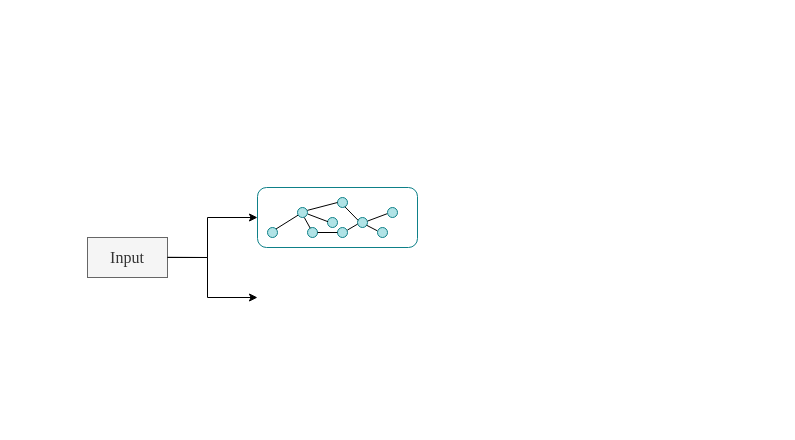
zhiyuan5986/draw_io keeps this draw.io diagram as draw/GNN示意图.drawio. Above is the earlier version. Source tidied: cells renumbered, new cells numbered last; positions are measured from the earlier drawing's top-left corner, leaving out a move shared by most shapes. Both pictures are drawn from the tidied source at 100%, with x=0, y=0 at pixel (87, 187). Pictures stored in the file or linked from it are replaced by grey dashed boxes.
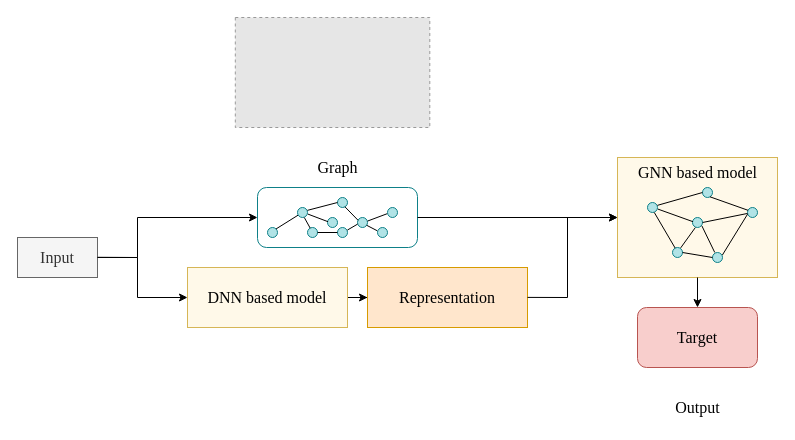
After the change.

Commit message (it also covers changes not shown here):
更新GNN示意图.drawio

The change refers to these unchanged cells:
```xml
<mxCell id="5" style="rounded=1;whiteSpace=wrap;html=1;fillColor=none;strokeColor=#0e8088;" parent="1" vertex="1">
  <mxGeometry x="170" width="160" height="60" as="geometry" />
</mxCell>
```

Diff of the diagram source:
```diff
@@
     <mxCell id="2" value="&lt;font style=&quot;font-size: 16px;&quot; face=&quot;Times New Roman&quot;&gt;Input&lt;/font&gt;" style="rounded=0;whiteSpace=wrap;html=1;fillColor=#f5f5f5;fontColor=#333333;strokeColor=#666666;" parent="1" vertex="1">
-      <mxGeometry y="50" width="80" height="40" as="geometry" />
+      <mxGeometry x="-70" y="50" width="80" height="40" as="geometry" />
     </mxCell>
-    <mxCell id="3" style="endArrow=classic;html=1;rounded=0;exitX=1;exitY=0.5;exitDx=0;exitDy=0;" parent="1" edge="1">
+    <mxCell id="3" style="endArrow=classic;html=1;rounded=0;exitX=1;exitY=0.5;exitDx=0;exitDy=0;entryX=0;entryY=0.5;entryDx=0;entryDy=0;" parent="1" edge="1" target="5">
       <mxGeometry relative="1" as="geometry">
-        <mxPoint x="80" y="69.9" as="sourcePoint" />
-        <mxPoint x="170" y="30" as="targetPoint" />
+        <mxPoint x="10" y="69.9" as="sourcePoint" />
         <Array as="points">
-          <mxPoint x="120" y="70" />
-          <mxPoint x="120" y="30" />
+          <mxPoint x="50" y="70" />
+          <mxPoint x="50" y="30" />
         </Array>
       </mxGeometry>
     </mxCell>
     <mxCell id="4" style="endArrow=classic;html=1;rounded=0;exitX=1;exitY=0.5;exitDx=0;exitDy=0;" parent="1" edge="1">
       <mxGeometry relative="1" as="geometry">
-        <mxPoint x="80" y="69.9" as="sourcePoint" />
-        <mxPoint x="170" y="110" as="targetPoint" />
+        <mxPoint x="10" y="69.9" as="sourcePoint" />
+        <mxPoint x="100" y="110" as="targetPoint" />
         <Array as="points">
-          <mxPoint x="120" y="70" />
-          <mxPoint x="120" y="110" />
+          <mxPoint x="50" y="70" />
+          <mxPoint x="50" y="110" />
         </Array>
       </mxGeometry>
     </mxCell>
@@
+    <mxCell id="24" style="edgeStyle=orthogonalEdgeStyle;rounded=0;jettySize=auto;html=1;" parent="1" edge="1" source="25" target="27">
+      <mxGeometry relative="1" as="geometry" />
+    </mxCell>
+    <mxCell id="25" value="&lt;font face=&quot;Times New Roman&quot; style=&quot;font-size: 16px;&quot;&gt;DNN based model&lt;/font&gt;" style="rounded=0;whiteSpace=wrap;html=1;fillColor=#fff9e9;strokeColor=#d6b656;" parent="1" vertex="1">
+      <mxGeometry x="100" y="80" width="160" height="60" as="geometry" />
+    </mxCell>
+    <mxCell id="26" style="fillColor=#E6E6E6;strokeColor=#999999;dashed=1;verticalLabelPosition=bottom;labelBackgroundColor=default;verticalAlign=top;" parent="1" vertex="1">
+      <mxGeometry x="147.8" y="-170" width="194.5" height="110" as="geometry" />
+    </mxCell>
+    <mxCell id="27" value="&lt;font face=&quot;Times New Roman&quot; style=&quot;font-size: 16px;&quot;&gt;Representation&lt;/font&gt;" style="rounded=0;whiteSpace=wrap;html=1;fillColor=#ffe6cc;strokeColor=#d79b00;" parent="1" vertex="1">
+      <mxGeometry x="280" y="80" width="160" height="60" as="geometry" />
+    </mxCell>
+    <mxCell id="28" style="endArrow=classic;html=1;rounded=0;exitX=1;exitY=0.5;exitDx=0;exitDy=0;" parent="1" edge="1">
+      <mxGeometry relative="1" as="geometry">
+        <mxPoint x="440" y="109.9" as="sourcePoint" />
+        <mxPoint x="530" y="30" as="targetPoint" />
+        <Array as="points">
+          <mxPoint x="480" y="110" />
+          <mxPoint x="480" y="30" />
+        </Array>
+      </mxGeometry>
+    </mxCell>
+    <mxCell id="29" style="endArrow=classic;html=1;rounded=0;exitX=1;exitY=0.5;exitDx=0;exitDy=0;" parent="1" edge="1" source="5">
+      <mxGeometry relative="1" as="geometry">
+        <mxPoint x="530" y="30" as="targetPoint" />
+      </mxGeometry>
+    </mxCell>
+    <mxCell id="30" style="rounded=0;whiteSpace=wrap;html=1;fillColor=#fff9e9;strokeColor=#d6b656;" parent="1" vertex="1">
+      <mxGeometry x="530" y="-30" width="160" height="120" as="geometry" />
+    </mxCell>
+    <mxCell id="31" style="ellipse;whiteSpace=wrap;html=1;fillColor=#b0e3e6;strokeColor=#0e8088;" parent="1" vertex="1">
+      <mxGeometry x="560" y="15" width="10" height="10" as="geometry" />
+    </mxCell>
+    <mxCell id="32" style="ellipse;whiteSpace=wrap;html=1;fillColor=#b0e3e6;strokeColor=#0e8088;" parent="1" vertex="1">
+      <mxGeometry x="585" y="60" width="10" height="10" as="geometry" />
+    </mxCell>
+    <mxCell id="33" style="ellipse;whiteSpace=wrap;html=1;fillColor=#b0e3e6;strokeColor=#0e8088;" parent="1" vertex="1">
+      <mxGeometry x="615" width="10" height="10" as="geometry" />
+    </mxCell>
+    <mxCell id="34" style="ellipse;whiteSpace=wrap;html=1;fillColor=#b0e3e6;strokeColor=#0e8088;" parent="1" vertex="1">
+      <mxGeometry x="605" y="30" width="10" height="10" as="geometry" />
+    </mxCell>
+    <mxCell id="35" style="ellipse;whiteSpace=wrap;html=1;fillColor=#b0e3e6;strokeColor=#0e8088;" parent="1" vertex="1">
+      <mxGeometry x="660" y="20" width="10" height="10" as="geometry" />
+    </mxCell>
+    <mxCell id="36" style="ellipse;whiteSpace=wrap;html=1;fillColor=#b0e3e6;strokeColor=#0e8088;" parent="1" vertex="1">
+      <mxGeometry x="625" y="65" width="10" height="10" as="geometry" />
+    </mxCell>
+    <mxCell id="37" style="endArrow=none;html=1;rounded=0;entryX=0;entryY=0.5;entryDx=0;entryDy=0;exitX=0.989;exitY=0.287;exitDx=0;exitDy=0;exitPerimeter=0;" parent="1" edge="1" source="31" target="33">
+      <mxGeometry relative="1" as="geometry" />
+    </mxCell>
+    <mxCell id="38" style="endArrow=none;html=1;rounded=0;entryX=0.045;entryY=0.418;entryDx=0;entryDy=0;exitX=1.032;exitY=0.656;exitDx=0;exitDy=0;exitPerimeter=0;entryPerimeter=0;" parent="1" edge="1" source="31" target="34">
+      <mxGeometry relative="1" as="geometry" />
+    </mxCell>
+    <mxCell id="39" style="endArrow=none;html=1;rounded=0;entryX=0.06;entryY=0.282;entryDx=0;entryDy=0;exitX=0.74;exitY=0.928;exitDx=0;exitDy=0;exitPerimeter=0;entryPerimeter=0;" parent="1" edge="1" source="33" target="35">
+      <mxGeometry relative="1" as="geometry" />
+    </mxCell>
+    <mxCell id="40" style="endArrow=none;html=1;rounded=0;entryX=0.271;entryY=0.067;entryDx=0;entryDy=0;exitX=0.679;exitY=0.998;exitDx=0;exitDy=0;exitPerimeter=0;entryPerimeter=0;" parent="1" edge="1" source="31" target="32">
+      <mxGeometry relative="1" as="geometry" />
+    </mxCell>
+    <mxCell id="41" style="endArrow=none;html=1;rounded=0;entryX=0;entryY=0.5;entryDx=0;entryDy=0;exitX=1;exitY=0.5;exitDx=0;exitDy=0;" parent="1" edge="1" source="32" target="36">
+      <mxGeometry relative="1" as="geometry" />
+    </mxCell>
+    <mxCell id="42" style="endArrow=none;html=1;rounded=0;entryX=0.01;entryY=0.661;entryDx=0;entryDy=0;exitX=0.985;exitY=0.26;exitDx=0;exitDy=0;entryPerimeter=0;exitPerimeter=0;" parent="1" edge="1" source="36" target="35">
+      <mxGeometry relative="1" as="geometry" />
+    </mxCell>
+    <mxCell id="43" style="endArrow=none;html=1;rounded=0;entryX=0.283;entryY=1.005;entryDx=0;entryDy=0;exitX=0.816;exitY=0.041;exitDx=0;exitDy=0;exitPerimeter=0;entryPerimeter=0;" parent="1" edge="1" source="32" target="34">
+      <mxGeometry relative="1" as="geometry" />
+    </mxCell>
+    <mxCell id="44" style="endArrow=none;html=1;rounded=0;entryX=0;entryY=0.594;entryDx=0;entryDy=0;exitX=1;exitY=0.5;exitDx=0;exitDy=0;entryPerimeter=0;" parent="1" edge="1" source="34" target="35">
+      <mxGeometry relative="1" as="geometry" />
+    </mxCell>
+    <mxCell id="45" style="endArrow=none;html=1;rounded=0;entryX=0.224;entryY=-0.005;entryDx=0;entryDy=0;exitX=0.937;exitY=0.835;exitDx=0;exitDy=0;entryPerimeter=0;exitPerimeter=0;" parent="1" edge="1" source="34" target="36">
+      <mxGeometry relative="1" as="geometry" />
+    </mxCell>
+    <mxCell id="46" value="&lt;font style=&quot;font-size: 16px;&quot; face=&quot;Times New Roman&quot;&gt;Graph&lt;/font&gt;" style="text;html=1;align=center;verticalAlign=middle;strokeColor=none;fillColor=none;" parent="1" vertex="1">
+      <mxGeometry x="220" y="-35" width="60" height="30" as="geometry" />
+    </mxCell>
+    <mxCell id="47" value="&lt;font style=&quot;font-size: 16px;&quot; face=&quot;Times New Roman&quot;&gt;GNN based model&lt;/font&gt;" style="text;html=1;align=center;verticalAlign=middle;strokeColor=none;fillColor=none;" parent="1" vertex="1">
+      <mxGeometry x="540" y="-30" width="140" height="30" as="geometry" />
+    </mxCell>
+    <mxCell id="48" value="&lt;font style=&quot;font-size: 16px;&quot; face=&quot;Times New Roman&quot;&gt;Target&lt;/font&gt;" style="rounded=1;whiteSpace=wrap;html=1;fillColor=#f8cecc;strokeColor=#b85450;" parent="1" vertex="1">
+      <mxGeometry x="550" y="120" width="120" height="60" as="geometry" />
+    </mxCell>
+    <mxCell id="49" value="&lt;font style=&quot;font-size: 16px;&quot; face=&quot;Times New Roman&quot;&gt;Output&lt;/font&gt;" style="text;html=1;align=center;verticalAlign=middle;strokeColor=none;fillColor=none;" parent="1" vertex="1">
+      <mxGeometry x="575" y="205" width="70" height="30" as="geometry" />
+    </mxCell>
+    <mxCell id="50" style="endArrow=classic;html=1;rounded=0;exitX=0.5;exitY=1;exitDx=0;exitDy=0;entryX=0.5;entryY=0;entryDx=0;entryDy=0;" parent="1" edge="1" source="30" target="48">
+      <mxGeometry relative="1" as="geometry" />
+    </mxCell>
```
